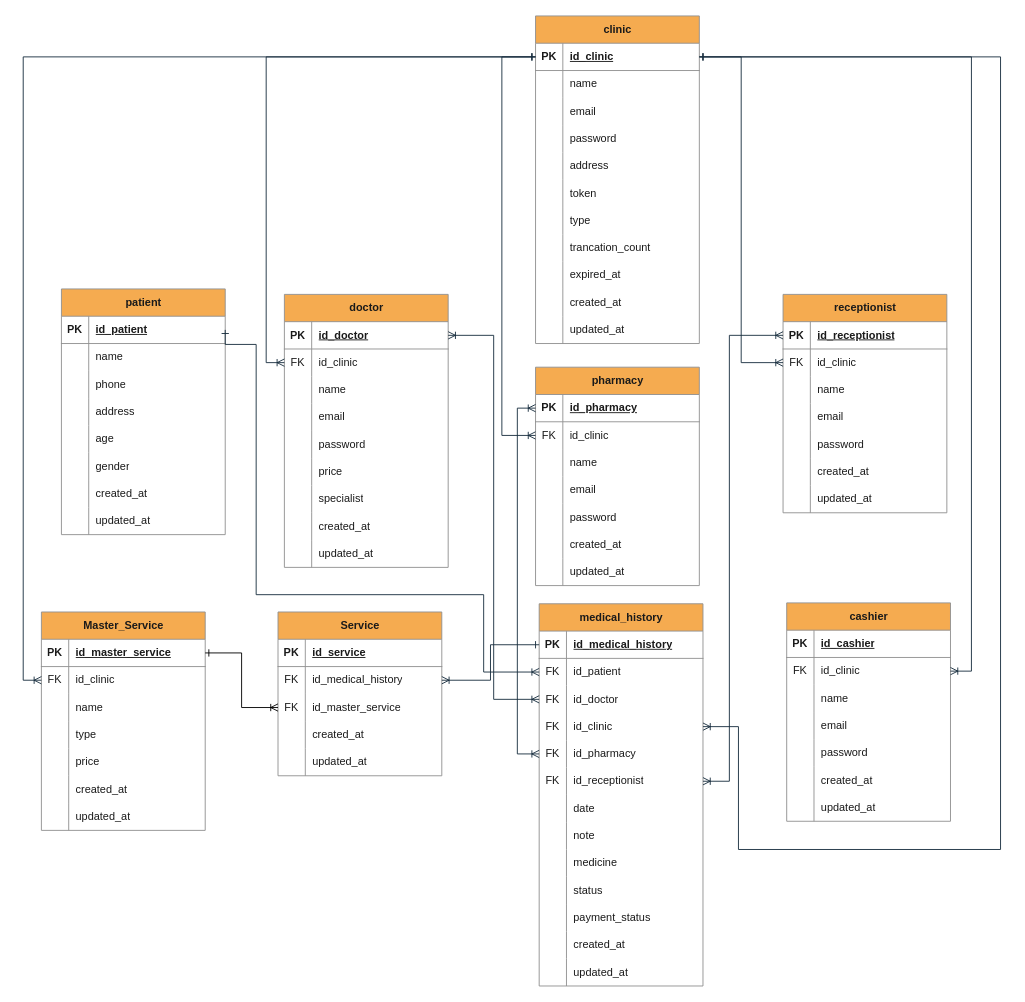
rrahmatn/dfd_erd_uml keeps this draw.io diagram as erd_klinik.drawio. Above is the earlier version. Source tidied: cells renumbered, new cells numbered last; positions are measured from the earlier drawing's top-left corner, leaving out a move shared by most shapes. Both pictures are drawn from the tidied source at 91%, with x=0, y=0 at pixel (41, 15).
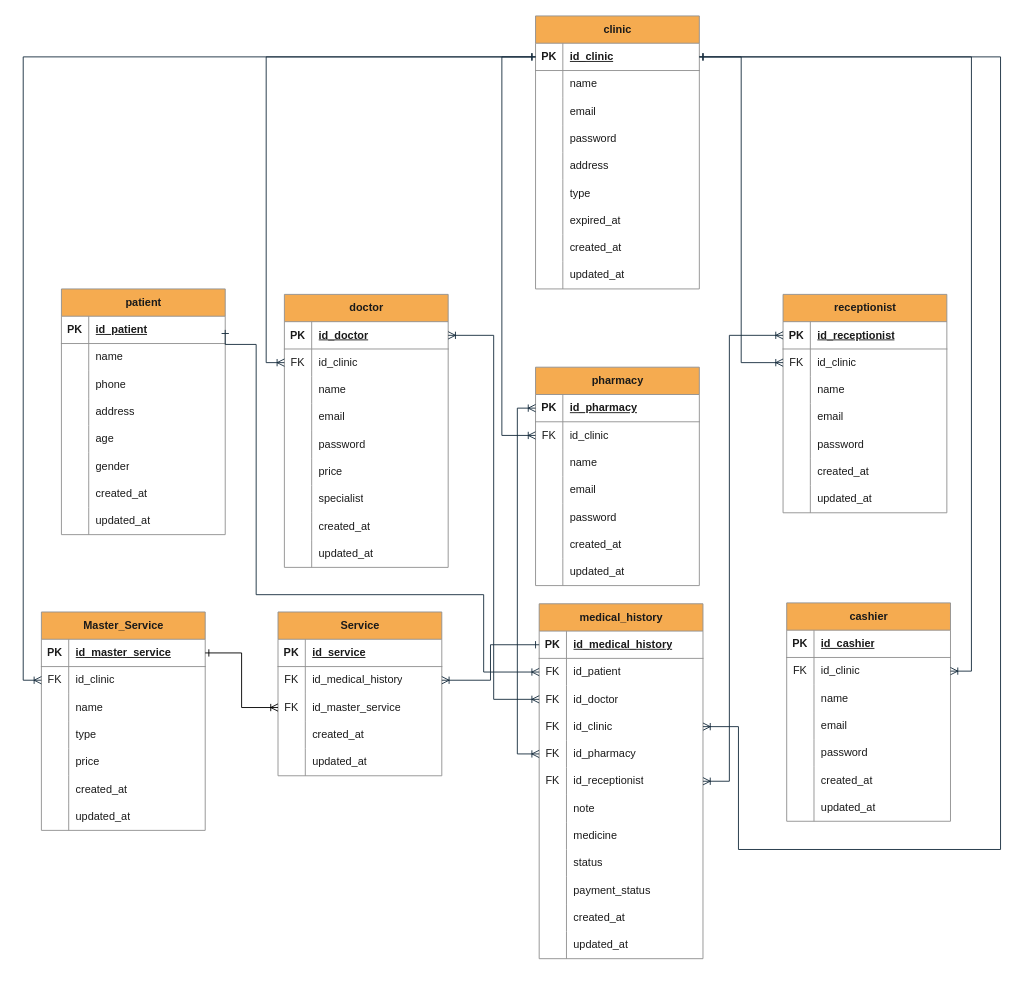
Above is the later version.

Diff of the diagram source:
```diff
@@
     <mxCell id="2" value="clinic" style="shape=table;startSize=30;childLayout=tableLayout;rowLines=0;fontStyle=1;align=center;html=1;labelBackgroundColor=none;fillColor=#F5AB50;strokeColor=#909090;fontColor=#1A1A1A;" parent="1" vertex="1">
-      <mxGeometry x="543" width="180" height="360" as="geometry" />
+      <mxGeometry x="543" width="180" height="300" as="geometry" />
     </mxCell>
@@
-    <mxCell id="18" style="shape=tableRow;horizontal=0;startSize=0;swimlaneHead=0;swimlaneBody=0;fillColor=none;top=0;left=0;right=0;bottom=0;labelBackgroundColor=none;strokeColor=#909090;fontColor=#1A1A1A;" parent="2" vertex="1">
-      <mxGeometry y="180" width="180" height="30" as="geometry" />
-    </mxCell>
-    <mxCell id="19" style="shape=partialRectangle;fillColor=none;top=0;left=0;bottom=0;right=0;overflow=hidden;whiteSpace=wrap;html=1;labelBackgroundColor=none;strokeColor=#909090;fontColor=#1A1A1A;" parent="18" vertex="1">
-      <mxGeometry width="30" height="30" as="geometry" />
-    </mxCell>
-    <mxCell id="20" value="token" style="shape=partialRectangle;fillColor=none;top=0;left=0;bottom=0;right=0;align=left;spacingLeft=6;overflow=hidden;whiteSpace=wrap;html=1;labelBackgroundColor=none;strokeColor=#909090;fontColor=#1A1A1A;" parent="18" vertex="1">
-      <mxGeometry x="30" width="150" height="30" as="geometry" />
-    </mxCell>
     <mxCell id="21" style="shape=tableRow;horizontal=0;startSize=0;swimlaneHead=0;swimlaneBody=0;fillColor=none;top=0;left=0;right=0;bottom=0;labelBackgroundColor=none;strokeColor=#909090;fontColor=#1A1A1A;" parent="2" vertex="1">
-      <mxGeometry y="210" width="180" height="30" as="geometry" />
+      <mxGeometry y="180" width="180" height="30" as="geometry" />
     </mxCell>
@@
-    <mxCell id="24" style="shape=tableRow;horizontal=0;startSize=0;swimlaneHead=0;swimlaneBody=0;fillColor=none;top=0;left=0;right=0;bottom=0;labelBackgroundColor=none;strokeColor=#909090;fontColor=#1A1A1A;" parent="2" vertex="1">
-      <mxGeometry y="240" width="180" height="30" as="geometry" />
-    </mxCell>
-    <mxCell id="25" style="shape=partialRectangle;fillColor=none;top=0;left=0;bottom=0;right=0;overflow=hidden;whiteSpace=wrap;html=1;labelBackgroundColor=none;strokeColor=#909090;fontColor=#1A1A1A;" parent="24" vertex="1">
-      <mxGeometry width="30" height="30" as="geometry" />
-    </mxCell>
-    <mxCell id="26" value="trancation_count" style="shape=partialRectangle;fillColor=none;top=0;left=0;bottom=0;right=0;align=left;spacingLeft=6;overflow=hidden;whiteSpace=wrap;html=1;labelBackgroundColor=none;strokeColor=#909090;fontColor=#1A1A1A;" parent="24" vertex="1">
-      <mxGeometry x="30" width="150" height="30" as="geometry" />
-    </mxCell>
     <mxCell id="27" style="shape=tableRow;horizontal=0;startSize=0;swimlaneHead=0;swimlaneBody=0;fillColor=none;top=0;left=0;right=0;bottom=0;labelBackgroundColor=none;strokeColor=#909090;fontColor=#1A1A1A;" parent="2" vertex="1">
-      <mxGeometry y="270" width="180" height="30" as="geometry" />
+      <mxGeometry y="210" width="180" height="30" as="geometry" />
     </mxCell>
@@
     <mxCell id="30" style="shape=tableRow;horizontal=0;startSize=0;swimlaneHead=0;swimlaneBody=0;fillColor=none;top=0;left=0;right=0;bottom=0;labelBackgroundColor=none;strokeColor=#909090;fontColor=#1A1A1A;" parent="2" vertex="1">
-      <mxGeometry y="300" width="180" height="30" as="geometry" />
+      <mxGeometry y="240" width="180" height="30" as="geometry" />
     </mxCell>
@@
     <mxCell id="33" style="shape=tableRow;horizontal=0;startSize=0;swimlaneHead=0;swimlaneBody=0;fillColor=none;top=0;left=0;right=0;bottom=0;labelBackgroundColor=none;strokeColor=#909090;fontColor=#1A1A1A;" parent="2" vertex="1">
-      <mxGeometry y="330" width="180" height="30" as="geometry" />
+      <mxGeometry y="270" width="180" height="30" as="geometry" />
     </mxCell>
@@
     <mxCell id="89" value="medical_history" style="shape=table;startSize=30;childLayout=tableLayout;rowLines=0;fontStyle=1;align=center;html=1;labelBackgroundColor=none;fillColor=#F5AB50;strokeColor=#909090;fontColor=#1A1A1A;" parent="1" vertex="1">
-      <mxGeometry x="547" y="646" width="180" height="420" as="geometry" />
+      <mxGeometry x="547" y="646" width="180" height="390" as="geometry" />
     </mxCell>
@@
-    <mxCell id="108" style="shape=tableRow;horizontal=0;startSize=0;swimlaneHead=0;swimlaneBody=0;fillColor=none;top=0;left=0;right=0;bottom=0;labelBackgroundColor=none;strokeColor=#909090;fontColor=#1A1A1A;" parent="89" vertex="1">
-      <mxGeometry y="210" width="180" height="30" as="geometry" />
-    </mxCell>
-    <mxCell id="109" style="shape=partialRectangle;fillColor=none;top=0;left=0;bottom=0;right=0;overflow=hidden;whiteSpace=wrap;html=1;labelBackgroundColor=none;strokeColor=#909090;fontColor=#1A1A1A;" parent="108" vertex="1">
-      <mxGeometry width="30" height="30" as="geometry" />
-    </mxCell>
-    <mxCell id="110" value="date" style="shape=partialRectangle;fillColor=none;top=0;left=0;bottom=0;right=0;align=left;spacingLeft=6;overflow=hidden;whiteSpace=wrap;html=1;labelBackgroundColor=none;strokeColor=#909090;fontColor=#1A1A1A;" parent="108" vertex="1">
-      <mxGeometry x="30" width="150" height="30" as="geometry" />
-    </mxCell>
     <mxCell id="111" style="shape=tableRow;horizontal=0;startSize=0;swimlaneHead=0;swimlaneBody=0;fillColor=none;top=0;left=0;right=0;bottom=0;labelBackgroundColor=none;strokeColor=#909090;fontColor=#1A1A1A;" parent="89" vertex="1">
-      <mxGeometry y="240" width="180" height="30" as="geometry" />
+      <mxGeometry y="210" width="180" height="30" as="geometry" />
     </mxCell>
@@
     <mxCell id="114" style="shape=tableRow;horizontal=0;startSize=0;swimlaneHead=0;swimlaneBody=0;fillColor=none;top=0;left=0;right=0;bottom=0;labelBackgroundColor=none;strokeColor=#909090;fontColor=#1A1A1A;" parent="89" vertex="1">
-      <mxGeometry y="270" width="180" height="30" as="geometry" />
+      <mxGeometry y="240" width="180" height="30" as="geometry" />
     </mxCell>
@@
     <mxCell id="117" style="shape=tableRow;horizontal=0;startSize=0;swimlaneHead=0;swimlaneBody=0;fillColor=none;top=0;left=0;right=0;bottom=0;labelBackgroundColor=none;strokeColor=#909090;fontColor=#1A1A1A;" parent="89" vertex="1">
-      <mxGeometry y="300" width="180" height="30" as="geometry" />
+      <mxGeometry y="270" width="180" height="30" as="geometry" />
     </mxCell>
@@
     <mxCell id="120" style="shape=tableRow;horizontal=0;startSize=0;swimlaneHead=0;swimlaneBody=0;fillColor=none;top=0;left=0;right=0;bottom=0;labelBackgroundColor=none;strokeColor=#909090;fontColor=#1A1A1A;" parent="89" vertex="1">
-      <mxGeometry y="330" width="180" height="30" as="geometry" />
+      <mxGeometry y="300" width="180" height="30" as="geometry" />
     </mxCell>
@@
     <mxCell id="123" style="shape=tableRow;horizontal=0;startSize=0;swimlaneHead=0;swimlaneBody=0;fillColor=none;top=0;left=0;right=0;bottom=0;labelBackgroundColor=none;strokeColor=#909090;fontColor=#1A1A1A;" parent="89" vertex="1">
-      <mxGeometry y="360" width="180" height="30" as="geometry" />
+      <mxGeometry y="330" width="180" height="30" as="geometry" />
     </mxCell>
@@
     <mxCell id="126" style="shape=tableRow;horizontal=0;startSize=0;swimlaneHead=0;swimlaneBody=0;fillColor=none;top=0;left=0;right=0;bottom=0;labelBackgroundColor=none;strokeColor=#909090;fontColor=#1A1A1A;" parent="89" vertex="1">
-      <mxGeometry y="390" width="180" height="30" as="geometry" />
+      <mxGeometry y="360" width="180" height="30" as="geometry" />
     </mxCell>
```
